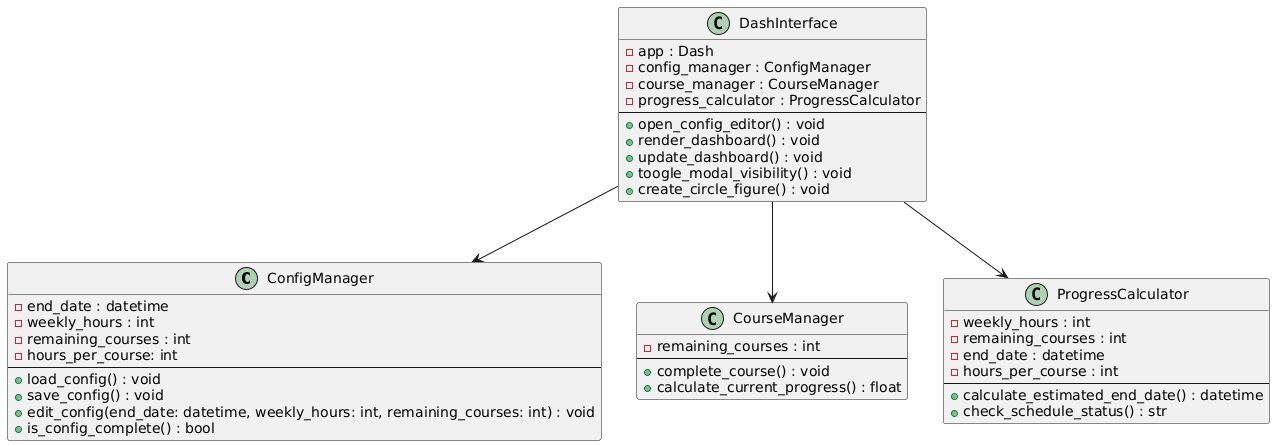
This is 02-ReflectionAndDesign/ClassDiagram/class-diagram-phase2-final.png from Fabo011/study-dashboard, a PlantUML export, as it was before one commit. Source of this version:
```plantuml
@startuml
class ConfigManager {
  - end_date : datetime
  - weekly_hours : int
  - remaining_courses : int
  - hours_per_course: int
  --
  + load_config() : void
  + save_config() : void
  + edit_config(end_date: datetime, weekly_hours: int, remaining_courses: int) : void
  + is_config_complete() : bool
}

class CourseManager {
  - remaining_courses : int
  --
  + complete_course() : void
  + calculate_current_progress() : float
}

class ProgressCalculator {
  - weekly_hours : int
  - remaining_courses : int
  - end_date : datetime
  - hours_per_course : int
  --
  + calculate_estimated_end_date() : datetime
  + check_schedule_status() : str
}

class DashInterface {
  - app : Dash
  - config_manager : ConfigManager
  - course_manager : CourseManager
  - progress_calculator : ProgressCalculator
  --
  + open_config_editor() : void
  + render_dashboard() : void
  + update_dashboard() : void
  + toogle_modal_visibility() : void
  + create_circle_figure() : void
}

DashInterface --> ConfigManager
DashInterface --> CourseManager
DashInterface --> ProgressCalculator
@enduml
```
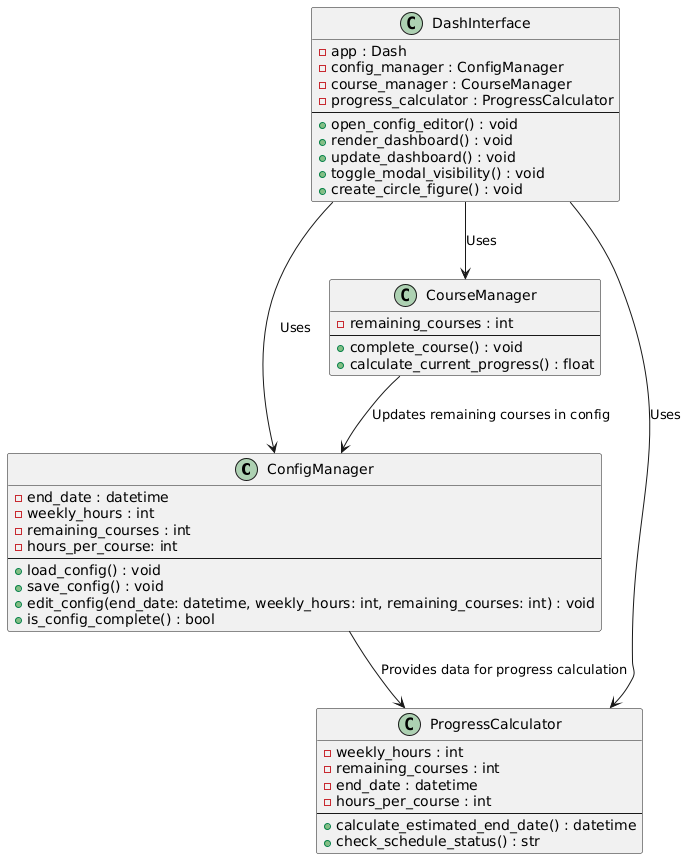
After the change.

Change to the diagram source:
```diff
@@ -37,11 +37,13 @@
   + open_config_editor() : void
   + render_dashboard() : void
   + update_dashboard() : void
-  + toogle_modal_visibility() : void
+  + toggle_modal_visibility() : void
   + create_circle_figure() : void
 }
 
-DashInterface --> ConfigManager
-DashInterface --> CourseManager
-DashInterface --> ProgressCalculator
+DashInterface --> ConfigManager : Uses
+DashInterface --> CourseManager : Uses
+DashInterface --> ProgressCalculator : Uses
+ConfigManager --> ProgressCalculator : Provides data for progress calculation
+CourseManager --> ConfigManager : Updates remaining courses in config
 @enduml
```
